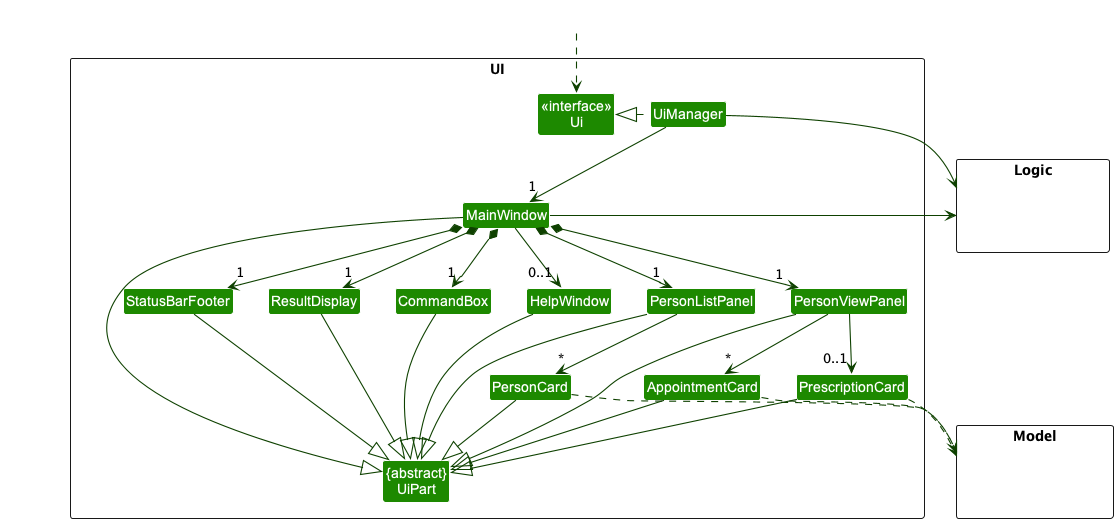
nus-cs2103-AY2223S2/tp keeps this PlantUML diagram as docs/images/UiClassDiagram.png. Above is the earlier version.
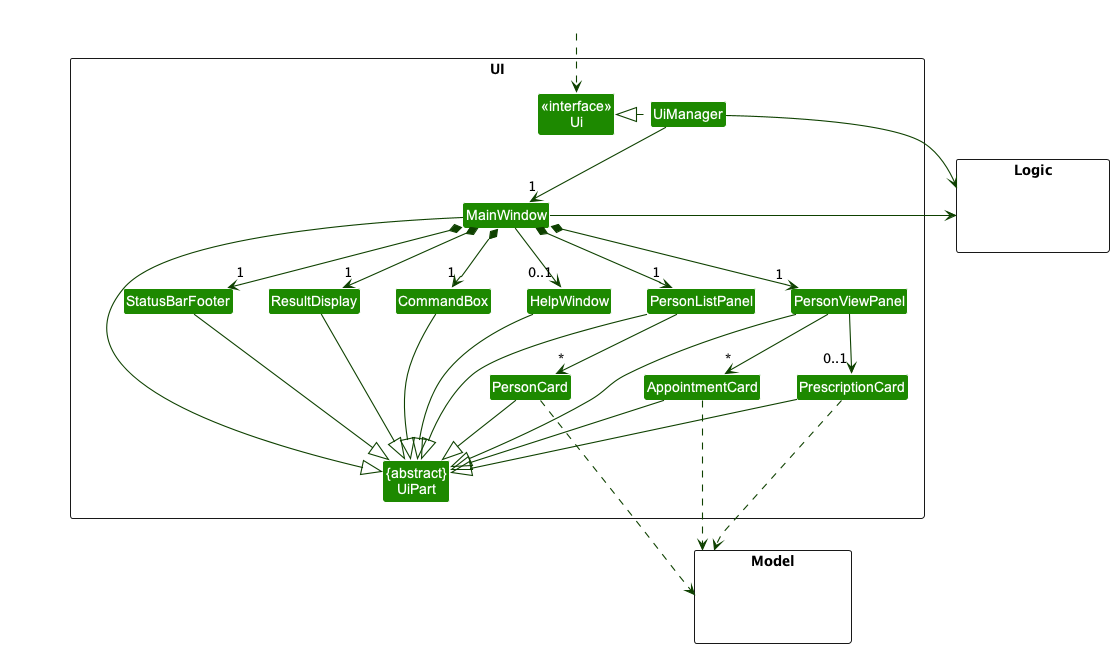
The same file after the commit.

Commit message:
Update Ui component diagram

Change to the diagram source:
```diff
@@ -57,7 +57,7 @@
 AppointmentCard --|> UiPart
 PrescriptionCard --|> UiPart
 
-PersonCard .down.> Model
+PersonCard ..down.> Model
 AppointmentCard .down.> Model
 PrescriptionCard .down.> Model
 UiManager -right-> Logic
```
